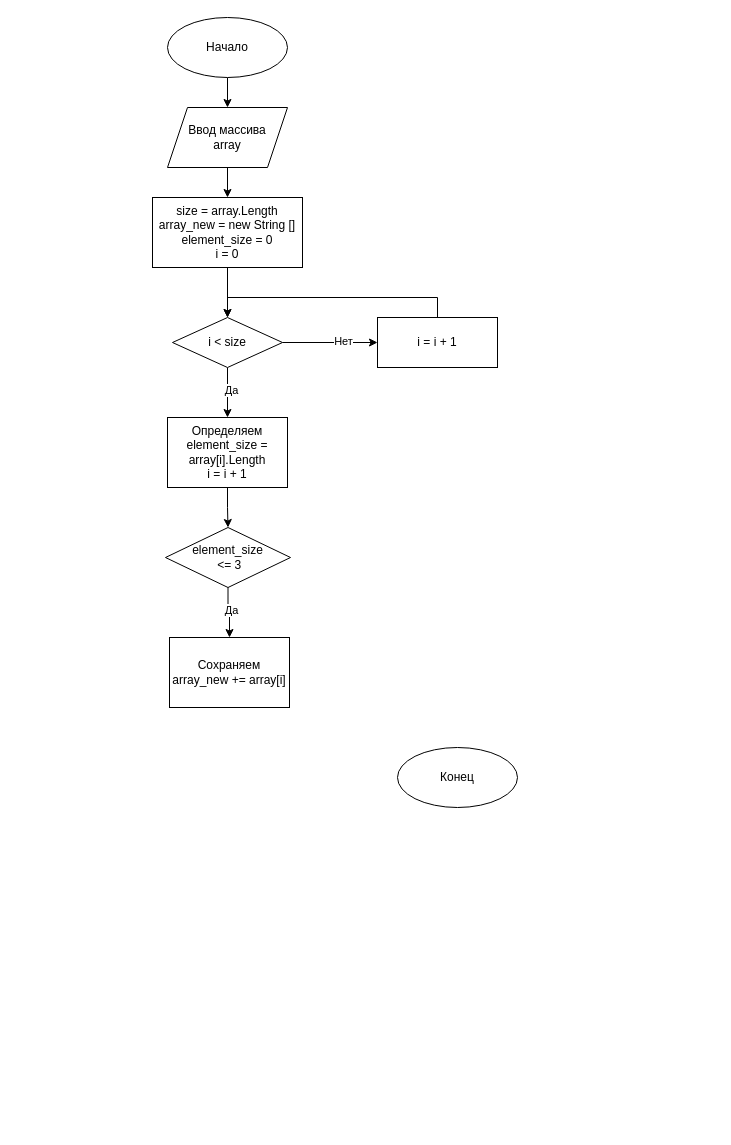
The draw.io diagram Diagram.drawio in djirgalP/GB_Course_Work_I, before the edit. Source tidied: cells renumbered, new cells numbered last; positions are measured from the earlier drawing's top-left corner, leaving out a move shared by most shapes. Both pictures are drawn from the tidied source at 100%, with x=0, y=0 at pixel (152, 17).
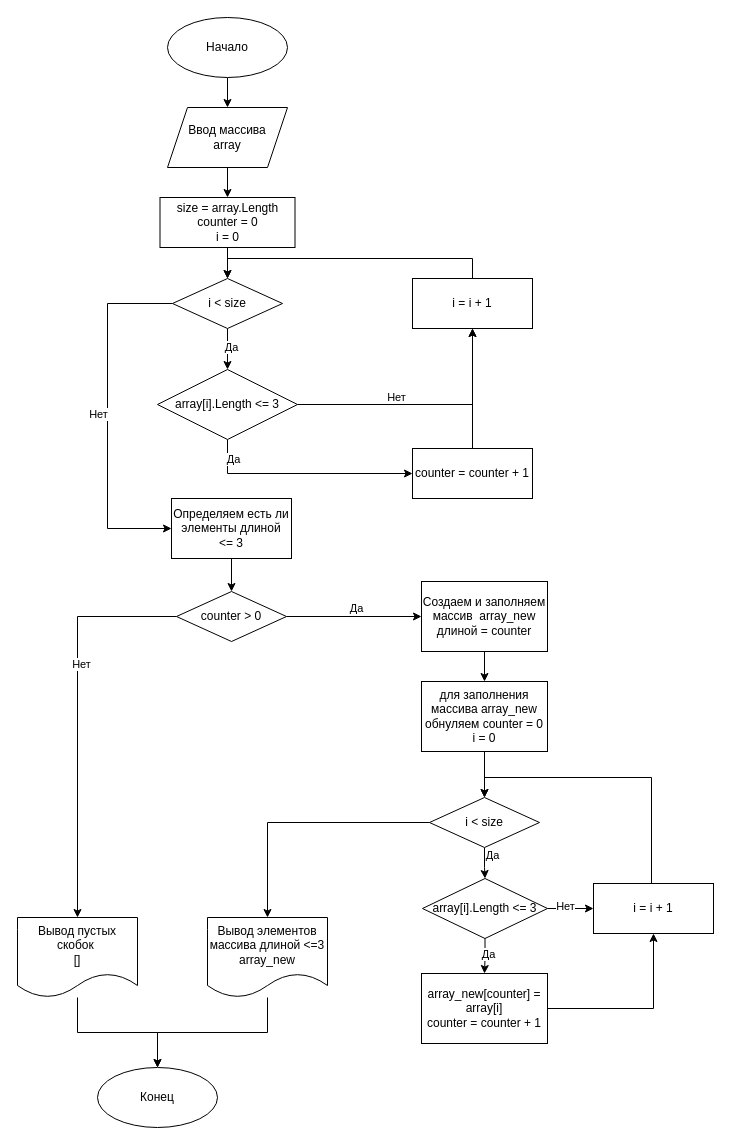
After the change.

Diff of the diagram source:
```diff
@@
-    <mxCell id="4" value="Конец" style="ellipse;whiteSpace=wrap;html=1;" parent="1" vertex="1">
-      <mxGeometry x="245" y="730" width="120" height="60" as="geometry" />
-    </mxCell>
@@
-    <mxCell id="8" value="size = array.Length&lt;br&gt;array_new = new String []&lt;br&gt;element_size = 0&lt;br&gt;i = 0" style="rounded=0;whiteSpace=wrap;html=1;" parent="1" vertex="1">
-      <mxGeometry y="180" width="150" height="70" as="geometry" />
+    <mxCell id="8" value="size = array.Length&lt;br&gt;counter = 0&lt;br&gt;i = 0" style="rounded=0;whiteSpace=wrap;html=1;" parent="1" vertex="1">
+      <mxGeometry x="7.5" y="180" width="135" height="50" as="geometry" />
     </mxCell>
-    <mxCell id="9" style="edgeStyle=orthogonalEdgeStyle;rounded=0;jettySize=auto;html=1;exitX=0.5;exitY=1;exitDx=0;exitDy=0;" parent="1" edge="1" source="13" target="15">
+    <mxCell id="9" style="edgeStyle=orthogonalEdgeStyle;rounded=0;jettySize=auto;html=1;exitX=0.5;exitY=1;exitDx=0;exitDy=0;entryX=0.5;entryY=0;entryDx=0;entryDy=0;" parent="1" edge="1" source="13" target="26">
       <mxGeometry relative="1" as="geometry" />
     </mxCell>
@@
-    <mxCell id="11" style="edgeStyle=orthogonalEdgeStyle;rounded=0;jettySize=auto;html=1;exitX=1;exitY=0.5;exitDx=0;exitDy=0;entryX=0;entryY=0.5;entryDx=0;entryDy=0;" parent="1" edge="1" source="13" target="19">
-      <mxGeometry relative="1" as="geometry" />
+    <mxCell id="11" style="edgeStyle=orthogonalEdgeStyle;rounded=0;jettySize=auto;html=1;exitX=0;exitY=0.5;exitDx=0;exitDy=0;entryX=0;entryY=0.5;entryDx=0;entryDy=0;" parent="1" edge="1" source="13" target="31">
+      <mxGeometry relative="1" as="geometry">
+        <Array as="points">
+          <mxPoint x="-45" y="286" />
+          <mxPoint x="-45" y="511" />
+        </Array>
+      </mxGeometry>
     </mxCell>
     <mxCell id="12" value="Нет" style="edgeLabel;html=1;align=center;verticalAlign=middle;" parent="11" vertex="1">
-      <mxGeometry x="0.26" y="2" relative="1" as="geometry" />
+      <mxGeometry x="0.26" y="2" relative="1" as="geometry">
+        <mxPoint x="-12" y="-48" as="offset" />
+      </mxGeometry>
     </mxCell>
     <mxCell id="13" value="i &amp;lt; size" style="rhombus;whiteSpace=wrap;html=1;" parent="1" vertex="1">
-      <mxGeometry x="20" y="300" width="110" height="50" as="geometry" />
+      <mxGeometry x="20" y="261" width="110" height="50" as="geometry" />
     </mxCell>
-    <mxCell id="14" style="edgeStyle=orthogonalEdgeStyle;rounded=0;jettySize=auto;html=1;exitX=0.5;exitY=1;exitDx=0;exitDy=0;entryX=0.5;entryY=0;entryDx=0;entryDy=0;" parent="1" edge="1" source="15" target="16">
-      <mxGeometry relative="1" as="geometry" />
-    </mxCell>
-    <mxCell id="15" value="Определяем element_size = array[i].Length&lt;br&gt;i = i + 1" style="rounded=0;whiteSpace=wrap;html=1;" parent="1" vertex="1">
-      <mxGeometry x="15" y="400" width="120" height="70" as="geometry" />
-    </mxCell>
-    <mxCell id="16" value="element_size&lt;br&gt;&amp;nbsp;&amp;lt;=&amp;nbsp;3" style="rhombus;whiteSpace=wrap;html=1;" parent="1" vertex="1">
-      <mxGeometry x="13" y="510" width="125" height="60" as="geometry" />
-    </mxCell>
-    <mxCell id="17" value="Сохраняем array_new += array[i]" style="rounded=0;whiteSpace=wrap;html=1;" parent="1" vertex="1">
-      <mxGeometry x="17" y="620" width="120" height="70" as="geometry" />
-    </mxCell>
@@
     <mxCell id="19" value="i = i + 1" style="rounded=0;whiteSpace=wrap;html=1;" parent="1" vertex="1">
-      <mxGeometry x="225" y="300" width="120" height="50" as="geometry" />
+      <mxGeometry x="260" y="261" width="120" height="50" as="geometry" />
     </mxCell>
-    <mxCell id="20" style="edgeStyle=orthogonalEdgeStyle;rounded=0;jettySize=auto;html=1;exitX=0.5;exitY=1;exitDx=0;exitDy=0;entryX=0.5;entryY=0;entryDx=0;entryDy=0;" parent="1" edge="1" source="16" target="17">
-      <mxGeometry relative="1" as="geometry" />
-    </mxCell>
-    <mxCell id="21" value="Да" style="edgeLabel;html=1;align=center;verticalAlign=middle;" parent="20" vertex="1">
-      <mxGeometry x="-0.13" y="3" relative="1" as="geometry" />
-    </mxCell>
+    <mxCell id="22" style="edgeStyle=orthogonalEdgeStyle;rounded=0;jettySize=auto;html=1;exitX=0.5;exitY=1;exitDx=0;exitDy=0;entryX=0;entryY=0.5;entryDx=0;entryDy=0;" parent="1" edge="1" source="26" target="33">
+      <mxGeometry relative="1" as="geometry" />
+    </mxCell>
+    <mxCell id="23" value="Да" style="edgeLabel;html=1;align=center;verticalAlign=middle;" parent="22" vertex="1">
+      <mxGeometry x="-0.2" y="4" relative="1" as="geometry">
+        <mxPoint x="-49" y="-11" as="offset" />
+      </mxGeometry>
+    </mxCell>
+    <mxCell id="24" style="edgeStyle=orthogonalEdgeStyle;rounded=0;jettySize=auto;html=1;entryX=0.5;entryY=1;entryDx=0;entryDy=0;" parent="1" edge="1" source="26" target="19">
+      <mxGeometry relative="1" as="geometry" />
+    </mxCell>
+    <mxCell id="25" value="Нет" style="edgeLabel;html=1;align=center;verticalAlign=middle;" parent="24" vertex="1">
+      <mxGeometry x="-0.13" y="4" relative="1" as="geometry">
+        <mxPoint x="-11" y="-4" as="offset" />
+      </mxGeometry>
+    </mxCell>
+    <mxCell id="26" value="array[i].Length &amp;lt;= 3" style="rhombus;whiteSpace=wrap;html=1;" parent="1" vertex="1">
+      <mxGeometry x="5" y="352" width="140" height="70" as="geometry" />
+    </mxCell>
+    <mxCell id="4" value="Конец" style="ellipse;whiteSpace=wrap;html=1;" parent="1" vertex="1">
+      <mxGeometry x="-55" y="1050" width="120" height="60" as="geometry" />
+    </mxCell>
+    <mxCell id="27" value="array[i].Length &amp;lt;= 3" style="rhombus;whiteSpace=wrap;html=1;" parent="1" vertex="1">
+      <mxGeometry x="270" y="861" width="125" height="60" as="geometry" />
+    </mxCell>
+    <mxCell id="28" style="edgeStyle=orthogonalEdgeStyle;rounded=0;jettySize=auto;html=1;exitX=0.5;exitY=1;exitDx=0;exitDy=0;" parent="1" edge="1" source="27" target="50">
+      <mxGeometry relative="1" as="geometry" />
+    </mxCell>
+    <mxCell id="29" value="Да" style="edgeLabel;html=1;align=center;verticalAlign=middle;" parent="28" vertex="1">
+      <mxGeometry x="-0.13" y="3" relative="1" as="geometry" />
+    </mxCell>
+    <mxCell id="30" style="edgeStyle=orthogonalEdgeStyle;rounded=0;jettySize=auto;html=1;exitX=0.5;exitY=1;exitDx=0;exitDy=0;" parent="1" edge="1" source="31" target="40">
+      <mxGeometry relative="1" as="geometry" />
+    </mxCell>
+    <mxCell id="31" value="Определяем есть ли элементы длиной &lt;br&gt;&amp;lt;= 3" style="rounded=0;whiteSpace=wrap;html=1;" parent="1" vertex="1">
+      <mxGeometry x="19" y="481" width="120" height="60" as="geometry" />
+    </mxCell>
+    <mxCell id="32" style="edgeStyle=orthogonalEdgeStyle;rounded=0;jettySize=auto;html=1;" parent="1" edge="1" source="33" target="19">
+      <mxGeometry relative="1" as="geometry" />
+    </mxCell>
+    <mxCell id="33" value="counter = counter + 1" style="rounded=0;whiteSpace=wrap;html=1;" parent="1" vertex="1">
+      <mxGeometry x="260" y="431" width="120" height="50" as="geometry" />
+    </mxCell>
+    <mxCell id="34" style="edgeStyle=orthogonalEdgeStyle;rounded=0;jettySize=auto;html=1;entryX=0.5;entryY=0;entryDx=0;entryDy=0;" parent="1" edge="1" source="35" target="42">
+      <mxGeometry relative="1" as="geometry" />
+    </mxCell>
+    <mxCell id="35" value="Создаем и заполняем массив&amp;nbsp; array_new длиной = counter" style="rounded=0;whiteSpace=wrap;html=1;" parent="1" vertex="1">
+      <mxGeometry x="269" y="564" width="126" height="70" as="geometry" />
+    </mxCell>
+    <mxCell id="36" style="edgeStyle=orthogonalEdgeStyle;rounded=0;jettySize=auto;html=1;" parent="1" edge="1" source="40" target="35">
+      <mxGeometry relative="1" as="geometry" />
+    </mxCell>
+    <mxCell id="37" value="Да" style="edgeLabel;html=1;align=center;verticalAlign=middle;" parent="36" vertex="1">
+      <mxGeometry x="-0.33" y="-2" relative="1" as="geometry">
+        <mxPoint x="24" y="-11" as="offset" />
+      </mxGeometry>
+    </mxCell>
+    <mxCell id="38" style="edgeStyle=orthogonalEdgeStyle;rounded=0;jettySize=auto;html=1;exitX=0;exitY=0.5;exitDx=0;exitDy=0;entryX=0.5;entryY=0;entryDx=0;entryDy=0;" parent="1" edge="1" source="40" target="44">
+      <mxGeometry relative="1" as="geometry" />
+    </mxCell>
+    <mxCell id="39" value="Нет" style="edgeLabel;html=1;align=center;verticalAlign=middle;" parent="38" vertex="1">
+      <mxGeometry x="-0.27" y="3" relative="1" as="geometry" />
+    </mxCell>
+    <mxCell id="40" value="counter &amp;gt; 0" style="rhombus;whiteSpace=wrap;html=1;" parent="1" vertex="1">
+      <mxGeometry x="24" y="574" width="110" height="50" as="geometry" />
+    </mxCell>
+    <mxCell id="41" style="edgeStyle=orthogonalEdgeStyle;rounded=0;jettySize=auto;html=1;entryX=0.5;entryY=0;entryDx=0;entryDy=0;" parent="1" edge="1" source="42" target="48">
+      <mxGeometry relative="1" as="geometry" />
+    </mxCell>
+    <mxCell id="42" value="для заполнения массива array_new&lt;br style=&quot;border-color: var(--border-color);&quot;&gt;обнуляем counter = 0&lt;br&gt;i = 0" style="rounded=0;whiteSpace=wrap;html=1;" parent="1" vertex="1">
+      <mxGeometry x="269" y="664" width="126" height="70" as="geometry" />
+    </mxCell>
+    <mxCell id="43" style="edgeStyle=orthogonalEdgeStyle;rounded=0;jettySize=auto;html=1;" parent="1" edge="1" source="44" target="4">
+      <mxGeometry relative="1" as="geometry" />
+    </mxCell>
+    <mxCell id="44" value="Вывод пустых скобок&amp;nbsp;&lt;br&gt;[]" style="shape=document;whiteSpace=wrap;html=1;boundedLbl=1;" parent="1" vertex="1">
+      <mxGeometry x="-135" y="900" width="120" height="80" as="geometry" />
+    </mxCell>
+    <mxCell id="45" style="edgeStyle=orthogonalEdgeStyle;rounded=0;jettySize=auto;html=1;entryX=0.5;entryY=0;entryDx=0;entryDy=0;" parent="1" edge="1" source="48" target="27">
+      <mxGeometry relative="1" as="geometry" />
+    </mxCell>
+    <mxCell id="46" value="Да" style="edgeLabel;html=1;align=center;verticalAlign=middle;" parent="45" vertex="1">
+      <mxGeometry x="-0.26" y="4" relative="1" as="geometry">
+        <mxPoint x="3" y="-5" as="offset" />
+      </mxGeometry>
+    </mxCell>
+    <mxCell id="47" style="edgeStyle=orthogonalEdgeStyle;rounded=0;jettySize=auto;html=1;entryX=0.5;entryY=0;entryDx=0;entryDy=0;" parent="1" edge="1" source="48" target="56">
+      <mxGeometry relative="1" as="geometry" />
+    </mxCell>
+    <mxCell id="48" value="i &amp;lt; size" style="rhombus;whiteSpace=wrap;html=1;" parent="1" vertex="1">
+      <mxGeometry x="277" y="780" width="110" height="50" as="geometry" />
+    </mxCell>
+    <mxCell id="49" style="edgeStyle=orthogonalEdgeStyle;rounded=0;jettySize=auto;html=1;" parent="1" edge="1" source="50" target="52">
+      <mxGeometry relative="1" as="geometry" />
+    </mxCell>
+    <mxCell id="50" value="array_new[counter] = array[i]&lt;br&gt;counter = counter + 1" style="rounded=0;whiteSpace=wrap;html=1;" parent="1" vertex="1">
+      <mxGeometry x="269" y="956" width="126" height="70" as="geometry" />
+    </mxCell>
+    <mxCell id="51" style="edgeStyle=orthogonalEdgeStyle;rounded=0;jettySize=auto;html=1;entryX=0.5;entryY=0;entryDx=0;entryDy=0;" parent="1" edge="1" source="52" target="48">
+      <mxGeometry relative="1" as="geometry">
+        <Array as="points">
+          <mxPoint x="499" y="760" />
+          <mxPoint x="332" y="760" />
+        </Array>
+      </mxGeometry>
+    </mxCell>
+    <mxCell id="52" value="i = i + 1" style="rounded=0;whiteSpace=wrap;html=1;" parent="1" vertex="1">
+      <mxGeometry x="441" y="866" width="120" height="50" as="geometry" />
+    </mxCell>
+    <mxCell id="53" style="edgeStyle=orthogonalEdgeStyle;rounded=0;jettySize=auto;html=1;exitX=1;exitY=0.5;exitDx=0;exitDy=0;entryX=0;entryY=0.5;entryDx=0;entryDy=0;" parent="1" edge="1" source="27" target="52">
+      <mxGeometry relative="1" as="geometry" />
+    </mxCell>
+    <mxCell id="54" value="Нет" style="edgeLabel;html=1;align=center;verticalAlign=middle;" parent="53" vertex="1">
+      <mxGeometry x="-0.27" y="3" relative="1" as="geometry" />
+    </mxCell>
+    <mxCell id="55" style="edgeStyle=orthogonalEdgeStyle;rounded=0;jettySize=auto;html=1;entryX=0.5;entryY=0;entryDx=0;entryDy=0;" parent="1" edge="1" source="56" target="4">
+      <mxGeometry relative="1" as="geometry" />
+    </mxCell>
+    <mxCell id="56" value="Вывод элементов массива длиной &amp;lt;=3 array_new" style="shape=document;whiteSpace=wrap;html=1;boundedLbl=1;" parent="1" vertex="1">
+      <mxGeometry x="55" y="900" width="120" height="80" as="geometry" />
+    </mxCell>
```
